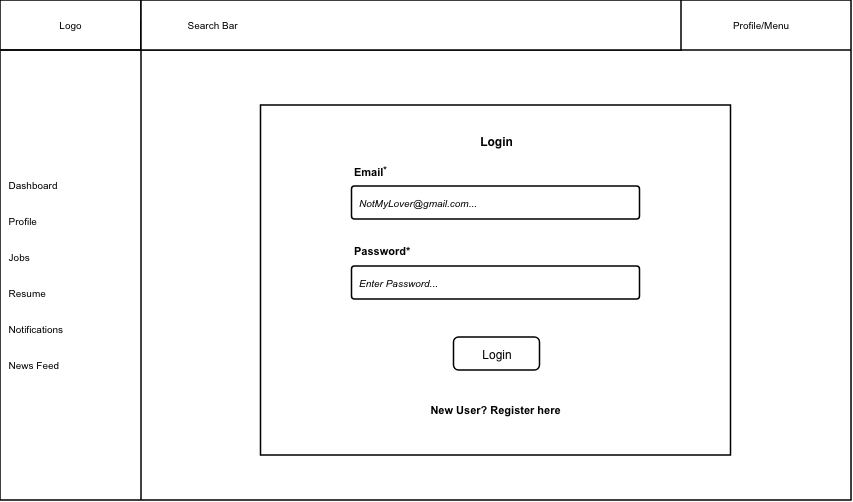
JmmonJeremy/CareerBound-SDD keeps this draw.io diagram as 03_Team_Work/Team4/Milestone_2_First_Dozen_Views/IC_Done/JA_M2_Team4_DesktopLoginWireframe_v02.drawio.png. Above is the earlier version. Source tidied: cells renumbered, new cells last; positions are measured from the earlier drawing's top-left corner, leaving out a move shared by most shapes. Its diagram source:
```xml
<mxGraphModel>
  <root>
    <mxCell id="0" />
    <mxCell id="1" parent="0" />
    <mxCell id="2" value="&lt;b style=&quot;font-weight:normal;&quot; id=&quot;docs-internal-guid-3c80cc33-7fff-df50-dec4-04b5459c4a5f&quot;&gt;&lt;span&gt;&amp;nbsp;&lt;/span&gt;&lt;/b&gt;" style="text;whiteSpace=wrap;html=1;" parent="1" vertex="1">
      <mxGeometry x="360.5" y="95" width="250" height="130" as="geometry" />
    </mxCell>
    <mxCell id="3" style="whiteSpace=wrap;html=1;strokeWidth=1.5;" parent="1" vertex="1">
      <mxGeometry width="851" height="500" as="geometry" />
    </mxCell>
    <mxCell id="4" value="&lt;font style=&quot;font-size: 10px;&quot; face=&quot;Arial&quot;&gt;Logo&lt;/font&gt;" style="html=1;whiteSpace=wrap;strokeWidth=1.5;" parent="1" vertex="1">
      <mxGeometry width="141" height="50" as="geometry" />
    </mxCell>
    <mxCell id="5" style="line;strokeWidth=1.5;fillColor=none;align=left;verticalAlign=middle;spacingTop=-1;spacingLeft=3;spacingRight=3;labelPosition=right;strokeColor=inherit;direction=south;" parent="1" vertex="1">
      <mxGeometry x="137" y="20" width="8" height="480" as="geometry" />
    </mxCell>
    <mxCell id="6" style="edgeStyle=orthogonalEdgeStyle;rounded=0;orthogonalLoop=1;jettySize=auto;html=1;exitX=0.5;exitY=1;exitDx=0;exitDy=0;" parent="1" edge="1">
      <mxGeometry relative="1" as="geometry">
        <mxPoint x="41" y="290" as="sourcePoint" />
        <mxPoint x="41" y="290" as="targetPoint" />
      </mxGeometry>
    </mxCell>
    <mxCell id="7" style="edgeStyle=orthogonalEdgeStyle;rounded=0;orthogonalLoop=1;jettySize=auto;html=1;exitX=0.5;exitY=1;exitDx=0;exitDy=0;" parent="1" edge="1">
      <mxGeometry relative="1" as="geometry">
        <mxPoint x="41" y="340" as="sourcePoint" />
        <mxPoint x="41" y="340" as="targetPoint" />
      </mxGeometry>
    </mxCell>
    <mxCell id="8" style="line;strokeWidth=1.5;fillColor=none;align=left;verticalAlign=middle;spacingTop=-1;spacingLeft=3;spacingRight=3;labelPosition=right;strokeColor=inherit;direction=west;" parent="1" vertex="1">
      <mxGeometry x="1" y="46" width="850" height="8" as="geometry" />
    </mxCell>
    <mxCell id="9" style="verticalLabelPosition=bottom;verticalAlign=top;html=1;shape=mxgraph.basic.rect;fillColor2=none;strokeWidth=1.5;size=20;indent=5;" parent="1" vertex="1">
      <mxGeometry x="141" width="540" height="50" as="geometry" />
    </mxCell>
    <mxCell id="10" value="&lt;font style=&quot;font-size: 10px;&quot; face=&quot;Arial&quot;&gt;Profile/Menu&lt;/font&gt;" style="text;html=1;whiteSpace=wrap;strokeColor=none;fillColor=none;align=center;verticalAlign=middle;rounded=0;" parent="1" vertex="1">
      <mxGeometry x="721" y="10" width="80" height="30" as="geometry" />
    </mxCell>
    <mxCell id="11" style="verticalLabelPosition=bottom;verticalAlign=top;html=1;shape=mxgraph.basic.rect;fillColor2=none;strokeWidth=1.5;size=20;indent=5;" parent="1" vertex="1">
      <mxGeometry x="260.5" y="105" width="470" height="350" as="geometry" />
    </mxCell>
    <mxCell id="12" value="&lt;span&gt;&amp;nbsp; Dashboard&lt;/span&gt;&lt;div&gt;&lt;span&gt;&lt;br&gt;&lt;/span&gt;&lt;/div&gt;&lt;div&gt;&lt;span&gt;&lt;br&gt;&lt;/span&gt;&lt;/div&gt;&lt;div&gt;&lt;span&gt;&amp;nbsp; Profile&lt;/span&gt;&lt;/div&gt;&lt;div&gt;&lt;span&gt;&lt;br&gt;&lt;/span&gt;&lt;/div&gt;&lt;div&gt;&lt;span&gt;&lt;br&gt;&lt;/span&gt;&lt;/div&gt;&lt;div&gt;&lt;span&gt;&amp;nbsp; Jobs&lt;br&gt;&lt;br&gt;&lt;br&gt;&amp;nbsp; Resume&lt;br&gt;&lt;br&gt;&lt;br&gt;&amp;nbsp; Notifications&lt;br&gt;&lt;br&gt;&lt;br&gt;&amp;nbsp; News Feed&lt;/span&gt;&lt;/div&gt;" style="text;html=1;whiteSpace=wrap;strokeColor=none;fillColor=none;align=left;verticalAlign=middle;rounded=0;fontFamily=Arial;fontSize=10;" parent="1" vertex="1">
      <mxGeometry x="1" y="50" width="100" height="450" as="geometry" />
    </mxCell>
    <mxCell id="13" value="&lt;font color=&quot;#000000&quot; style=&quot;font-size: 12px;&quot;&gt;Login&lt;/font&gt;" style="fillColor=none;strokeColor=none;html=1;fontSize=12;fontStyle=0;align=center;fontColor=#596780;fontStyle=1;fontSize=11;fontFamily=Arial;" parent="1" vertex="1">
      <mxGeometry x="350.5" y="130.5" width="290" height="20" as="geometry" />
    </mxCell>
    <mxCell id="14" value="&lt;i&gt;NotMyLover@gmail.com...&lt;/i&gt;" style="rounded=1;arcSize=9;align=left;spacingLeft=5;html=1;strokeWidth=1.5;fontSize=10;fontFamily=Arial;" parent="1" vertex="1">
      <mxGeometry x="351.5" y="186" width="288" height="33" as="geometry" />
    </mxCell>
    <mxCell id="15" value="&lt;i&gt;Enter Password...&lt;/i&gt;" style="rounded=1;arcSize=9;align=left;spacingLeft=5;html=1;strokeWidth=1.5;fontSize=10;fontFamily=Arial;" parent="1" vertex="1">
      <mxGeometry x="351.5" y="266" width="288" height="33" as="geometry" />
    </mxCell>
    <mxCell id="16" value="Login" style="rounded=1;html=1;whiteSpace=wrap;align=center;verticalAlign=middle;fontStyle=0;fontSize=12;sketch=0;fontFamily=Arial;strokeWidth=1.5;" parent="1" vertex="1">
      <mxGeometry x="453.5" y="337" width="86" height="33" as="geometry" />
    </mxCell>
    <mxCell id="17" value="&lt;font style=&quot;color: rgb(0, 0, 0);&quot;&gt;Email&lt;sup&gt;&lt;font&gt;*&lt;/font&gt;&lt;/sup&gt;&lt;/font&gt;" style="fillColor=none;strokeColor=none;html=1;fontSize=11;fontStyle=0;align=left;fontColor=#596780;fontStyle=1;fontSize=11;fontFamily=Arial;" parent="1" vertex="1">
      <mxGeometry x="351.5" y="161" width="60" height="20" as="geometry" />
    </mxCell>
    <mxCell id="18" value="&lt;font color=&quot;#000000&quot;&gt;Password*&lt;/font&gt;" style="fillColor=none;strokeColor=none;html=1;fontSize=11;fontStyle=0;align=left;fontColor=#596780;fontStyle=1;fontSize=11;fontFamily=Arial;" parent="1" vertex="1">
      <mxGeometry x="351.5" y="241" width="60" height="20" as="geometry" />
    </mxCell>
    <mxCell id="19" value="&lt;font color=&quot;#000000&quot;&gt;New User? Register here&lt;/font&gt;" style="fillColor=none;strokeColor=none;html=1;fontSize=11;fontStyle=0;align=center;fontColor=#596780;fontStyle=1;fontSize=11;fontFamily=Arial;" parent="1" vertex="1">
      <mxGeometry x="415" y="400" width="160" height="20" as="geometry" />
    </mxCell>
    <mxCell id="20" value="&lt;font&gt;&lt;span style=&quot;white-space: pre;&quot;&gt;&#9;&lt;/span&gt;&lt;span style=&quot;white-space: pre;&quot;&gt;&#9;&lt;/span&gt;Search Bar&lt;/font&gt;" style="text;html=1;whiteSpace=wrap;strokeColor=none;fillColor=none;align=left;verticalAlign=middle;rounded=0;strokeWidth=1.5;fontFamily=Arial;fontSize=10;" parent="1" vertex="1">
      <mxGeometry x="141" width="460" height="50" as="geometry" />
    </mxCell>
  </root>
</mxGraphModel>
```
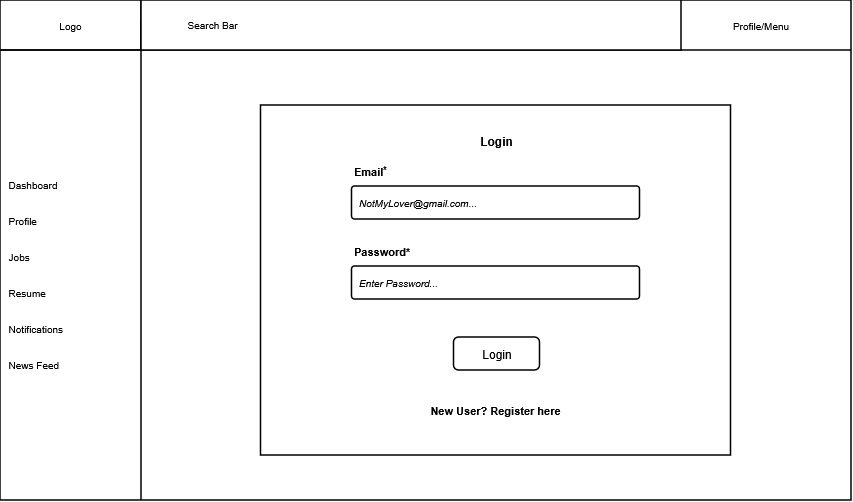
After the change.

Commit message:
Team 4: fix: minor edits to login wireframes

What changed in the source:
```diff
@@ -2,46 +2,46 @@
   <root>
     <mxCell id="0" />
     <mxCell id="1" parent="0" />
-    <mxCell id="2" value="&lt;b style=&quot;font-weight:normal;&quot; id=&quot;docs-internal-guid-3c80cc33-7fff-df50-dec4-04b5459c4a5f&quot;&gt;&lt;span&gt;&amp;nbsp;&lt;/span&gt;&lt;/b&gt;" style="text;whiteSpace=wrap;html=1;" parent="1" vertex="1">
+    <mxCell id="2" value="&lt;b style=&quot;font-weight:normal;&quot; id=&quot;docs-internal-guid-3c80cc33-7fff-df50-dec4-04b5459c4a5f&quot;&gt;&lt;span&gt;&amp;nbsp;&lt;/span&gt;&lt;/b&gt;" style="text;whiteSpace=wrap;html=1;strokeWidth=1.5;fontFamily=Arial;" parent="1" vertex="1">
       <mxGeometry x="360.5" y="95" width="250" height="130" as="geometry" />
     </mxCell>
-    <mxCell id="3" style="whiteSpace=wrap;html=1;strokeWidth=1.5;" parent="1" vertex="1">
+    <mxCell id="3" style="whiteSpace=wrap;html=1;strokeWidth=1.5;fontFamily=Arial;" parent="1" vertex="1">
       <mxGeometry width="851" height="500" as="geometry" />
     </mxCell>
-    <mxCell id="4" value="&lt;font style=&quot;font-size: 10px;&quot; face=&quot;Arial&quot;&gt;Logo&lt;/font&gt;" style="html=1;whiteSpace=wrap;strokeWidth=1.5;" parent="1" vertex="1">
+    <mxCell id="4" value="&lt;font style=&quot;font-size: 10px;&quot;&gt;Logo&lt;/font&gt;" style="html=1;whiteSpace=wrap;strokeWidth=1.5;fontFamily=Arial;" parent="1" vertex="1">
       <mxGeometry width="141" height="50" as="geometry" />
     </mxCell>
-    <mxCell id="5" style="line;strokeWidth=1.5;fillColor=none;align=left;verticalAlign=middle;spacingTop=-1;spacingLeft=3;spacingRight=3;labelPosition=right;strokeColor=inherit;direction=south;" parent="1" vertex="1">
+    <mxCell id="5" style="line;strokeWidth=1.5;fillColor=none;align=left;verticalAlign=middle;spacingTop=-1;spacingLeft=3;spacingRight=3;labelPosition=right;strokeColor=inherit;direction=south;fontFamily=Arial;" parent="1" vertex="1">
       <mxGeometry x="137" y="20" width="8" height="480" as="geometry" />
     </mxCell>
-    <mxCell id="6" style="edgeStyle=orthogonalEdgeStyle;rounded=0;orthogonalLoop=1;jettySize=auto;html=1;exitX=0.5;exitY=1;exitDx=0;exitDy=0;" parent="1" edge="1">
+    <mxCell id="6" style="edgeStyle=orthogonalEdgeStyle;rounded=0;orthogonalLoop=1;jettySize=auto;html=1;exitX=0.5;exitY=1;exitDx=0;exitDy=0;strokeWidth=1.5;fontFamily=Arial;" parent="1" edge="1">
       <mxGeometry relative="1" as="geometry">
         <mxPoint x="41" y="290" as="sourcePoint" />
         <mxPoint x="41" y="290" as="targetPoint" />
       </mxGeometry>
     </mxCell>
-    <mxCell id="7" style="edgeStyle=orthogonalEdgeStyle;rounded=0;orthogonalLoop=1;jettySize=auto;html=1;exitX=0.5;exitY=1;exitDx=0;exitDy=0;" parent="1" edge="1">
+    <mxCell id="7" style="edgeStyle=orthogonalEdgeStyle;rounded=0;orthogonalLoop=1;jettySize=auto;html=1;exitX=0.5;exitY=1;exitDx=0;exitDy=0;strokeWidth=1.5;fontFamily=Arial;" parent="1" edge="1">
       <mxGeometry relative="1" as="geometry">
         <mxPoint x="41" y="340" as="sourcePoint" />
         <mxPoint x="41" y="340" as="targetPoint" />
       </mxGeometry>
     </mxCell>
-    <mxCell id="8" style="line;strokeWidth=1.5;fillColor=none;align=left;verticalAlign=middle;spacingTop=-1;spacingLeft=3;spacingRight=3;labelPosition=right;strokeColor=inherit;direction=west;" parent="1" vertex="1">
+    <mxCell id="8" style="line;strokeWidth=1.5;fillColor=none;align=left;verticalAlign=middle;spacingTop=-1;spacingLeft=3;spacingRight=3;labelPosition=right;strokeColor=inherit;direction=west;fontFamily=Arial;" parent="1" vertex="1">
       <mxGeometry x="1" y="46" width="850" height="8" as="geometry" />
     </mxCell>
-    <mxCell id="9" style="verticalLabelPosition=bottom;verticalAlign=top;html=1;shape=mxgraph.basic.rect;fillColor2=none;strokeWidth=1.5;size=20;indent=5;" parent="1" vertex="1">
+    <mxCell id="9" style="verticalLabelPosition=bottom;verticalAlign=top;html=1;shape=mxgraph.basic.rect;fillColor2=none;strokeWidth=1.5;size=20;indent=5;fontFamily=Arial;" parent="1" vertex="1">
       <mxGeometry x="141" width="540" height="50" as="geometry" />
     </mxCell>
-    <mxCell id="10" value="&lt;font style=&quot;font-size: 10px;&quot; face=&quot;Arial&quot;&gt;Profile/Menu&lt;/font&gt;" style="text;html=1;whiteSpace=wrap;strokeColor=none;fillColor=none;align=center;verticalAlign=middle;rounded=0;" parent="1" vertex="1">
+    <mxCell id="10" value="&lt;font style=&quot;font-size: 10px;&quot;&gt;Profile/Menu&lt;/font&gt;" style="text;html=1;whiteSpace=wrap;strokeColor=none;fillColor=none;align=center;verticalAlign=middle;rounded=0;strokeWidth=1.5;fontFamily=Arial;" parent="1" vertex="1">
       <mxGeometry x="721" y="10" width="80" height="30" as="geometry" />
     </mxCell>
-    <mxCell id="11" style="verticalLabelPosition=bottom;verticalAlign=top;html=1;shape=mxgraph.basic.rect;fillColor2=none;strokeWidth=1.5;size=20;indent=5;" parent="1" vertex="1">
+    <mxCell id="11" style="verticalLabelPosition=bottom;verticalAlign=top;html=1;shape=mxgraph.basic.rect;fillColor2=none;strokeWidth=1.5;size=20;indent=5;fontFamily=Arial;" parent="1" vertex="1">
       <mxGeometry x="260.5" y="105" width="470" height="350" as="geometry" />
     </mxCell>
-    <mxCell id="12" value="&lt;span&gt;&amp;nbsp; Dashboard&lt;/span&gt;&lt;div&gt;&lt;span&gt;&lt;br&gt;&lt;/span&gt;&lt;/div&gt;&lt;div&gt;&lt;span&gt;&lt;br&gt;&lt;/span&gt;&lt;/div&gt;&lt;div&gt;&lt;span&gt;&amp;nbsp; Profile&lt;/span&gt;&lt;/div&gt;&lt;div&gt;&lt;span&gt;&lt;br&gt;&lt;/span&gt;&lt;/div&gt;&lt;div&gt;&lt;span&gt;&lt;br&gt;&lt;/span&gt;&lt;/div&gt;&lt;div&gt;&lt;span&gt;&amp;nbsp; Jobs&lt;br&gt;&lt;br&gt;&lt;br&gt;&amp;nbsp; Resume&lt;br&gt;&lt;br&gt;&lt;br&gt;&amp;nbsp; Notifications&lt;br&gt;&lt;br&gt;&lt;br&gt;&amp;nbsp; News Feed&lt;/span&gt;&lt;/div&gt;" style="text;html=1;whiteSpace=wrap;strokeColor=none;fillColor=none;align=left;verticalAlign=middle;rounded=0;fontFamily=Arial;fontSize=10;" parent="1" vertex="1">
+    <mxCell id="12" value="&lt;span&gt;&amp;nbsp; Dashboard&lt;/span&gt;&lt;div&gt;&lt;span&gt;&lt;br&gt;&lt;/span&gt;&lt;/div&gt;&lt;div&gt;&lt;span&gt;&lt;br&gt;&lt;/span&gt;&lt;/div&gt;&lt;div&gt;&lt;span&gt;&amp;nbsp; Profile&lt;/span&gt;&lt;/div&gt;&lt;div&gt;&lt;span&gt;&lt;br&gt;&lt;/span&gt;&lt;/div&gt;&lt;div&gt;&lt;span&gt;&lt;br&gt;&lt;/span&gt;&lt;/div&gt;&lt;div&gt;&lt;span&gt;&amp;nbsp; Jobs&lt;br&gt;&lt;br&gt;&lt;br&gt;&amp;nbsp; Resume&lt;br&gt;&lt;br&gt;&lt;br&gt;&amp;nbsp; Notifications&lt;br&gt;&lt;br&gt;&lt;br&gt;&amp;nbsp; News Feed&lt;/span&gt;&lt;/div&gt;" style="text;html=1;whiteSpace=wrap;strokeColor=none;fillColor=none;align=left;verticalAlign=middle;rounded=0;fontFamily=Arial;fontSize=10;strokeWidth=1.5;" parent="1" vertex="1">
       <mxGeometry x="1" y="50" width="100" height="450" as="geometry" />
     </mxCell>
-    <mxCell id="13" value="&lt;font color=&quot;#000000&quot; style=&quot;font-size: 12px;&quot;&gt;Login&lt;/font&gt;" style="fillColor=none;strokeColor=none;html=1;fontSize=12;fontStyle=0;align=center;fontColor=#596780;fontStyle=1;fontSize=11;fontFamily=Arial;" parent="1" vertex="1">
+    <mxCell id="13" value="&lt;font color=&quot;#000000&quot; style=&quot;font-size: 12px;&quot;&gt;Login&lt;/font&gt;" style="fillColor=none;strokeColor=none;html=1;fontSize=12;fontStyle=0;align=center;fontColor=#596780;fontStyle=1;fontSize=11;fontFamily=Arial;strokeWidth=1.5;" parent="1" vertex="1">
       <mxGeometry x="350.5" y="130.5" width="290" height="20" as="geometry" />
     </mxCell>
     <mxCell id="14" value="&lt;i&gt;NotMyLover@gmail.com...&lt;/i&gt;" style="rounded=1;arcSize=9;align=left;spacingLeft=5;html=1;strokeWidth=1.5;fontSize=10;fontFamily=Arial;" parent="1" vertex="1">
@@ -53,13 +53,13 @@
     <mxCell id="16" value="Login" style="rounded=1;html=1;whiteSpace=wrap;align=center;verticalAlign=middle;fontStyle=0;fontSize=12;sketch=0;fontFamily=Arial;strokeWidth=1.5;" parent="1" vertex="1">
       <mxGeometry x="453.5" y="337" width="86" height="33" as="geometry" />
     </mxCell>
-    <mxCell id="17" value="&lt;font style=&quot;color: rgb(0, 0, 0);&quot;&gt;Email&lt;sup&gt;&lt;font&gt;*&lt;/font&gt;&lt;/sup&gt;&lt;/font&gt;" style="fillColor=none;strokeColor=none;html=1;fontSize=11;fontStyle=0;align=left;fontColor=#596780;fontStyle=1;fontSize=11;fontFamily=Arial;" parent="1" vertex="1">
+    <mxCell id="17" value="&lt;font style=&quot;color: rgb(0, 0, 0);&quot;&gt;Email&lt;sup&gt;&lt;font&gt;*&lt;/font&gt;&lt;/sup&gt;&lt;/font&gt;" style="fillColor=none;strokeColor=none;html=1;fontSize=11;fontStyle=0;align=left;fontColor=#596780;fontStyle=1;fontSize=11;fontFamily=Arial;strokeWidth=1.5;" parent="1" vertex="1">
       <mxGeometry x="351.5" y="161" width="60" height="20" as="geometry" />
     </mxCell>
-    <mxCell id="18" value="&lt;font color=&quot;#000000&quot;&gt;Password*&lt;/font&gt;" style="fillColor=none;strokeColor=none;html=1;fontSize=11;fontStyle=0;align=left;fontColor=#596780;fontStyle=1;fontSize=11;fontFamily=Arial;" parent="1" vertex="1">
+    <mxCell id="18" value="&lt;font color=&quot;#000000&quot;&gt;Password*&lt;/font&gt;" style="fillColor=none;strokeColor=none;html=1;fontSize=11;fontStyle=0;align=left;fontColor=#596780;fontStyle=1;fontSize=11;fontFamily=Arial;strokeWidth=1.5;" parent="1" vertex="1">
       <mxGeometry x="351.5" y="241" width="60" height="20" as="geometry" />
     </mxCell>
-    <mxCell id="19" value="&lt;font color=&quot;#000000&quot;&gt;New User? Register here&lt;/font&gt;" style="fillColor=none;strokeColor=none;html=1;fontSize=11;fontStyle=0;align=center;fontColor=#596780;fontStyle=1;fontSize=11;fontFamily=Arial;" parent="1" vertex="1">
+    <mxCell id="19" value="&lt;font color=&quot;#000000&quot;&gt;New User? Register here&lt;/font&gt;" style="fillColor=none;strokeColor=none;html=1;fontSize=11;fontStyle=0;align=center;fontColor=#596780;fontStyle=1;fontSize=11;fontFamily=Arial;strokeWidth=1.5;" parent="1" vertex="1">
       <mxGeometry x="415" y="400" width="160" height="20" as="geometry" />
     </mxCell>
     <mxCell id="20" value="&lt;font&gt;&lt;span style=&quot;white-space: pre;&quot;&gt;&#9;&lt;/span&gt;&lt;span style=&quot;white-space: pre;&quot;&gt;&#9;&lt;/span&gt;Search Bar&lt;/font&gt;" style="text;html=1;whiteSpace=wrap;strokeColor=none;fillColor=none;align=left;verticalAlign=middle;rounded=0;strokeWidth=1.5;fontFamily=Arial;fontSize=10;" parent="1" vertex="1">
```
